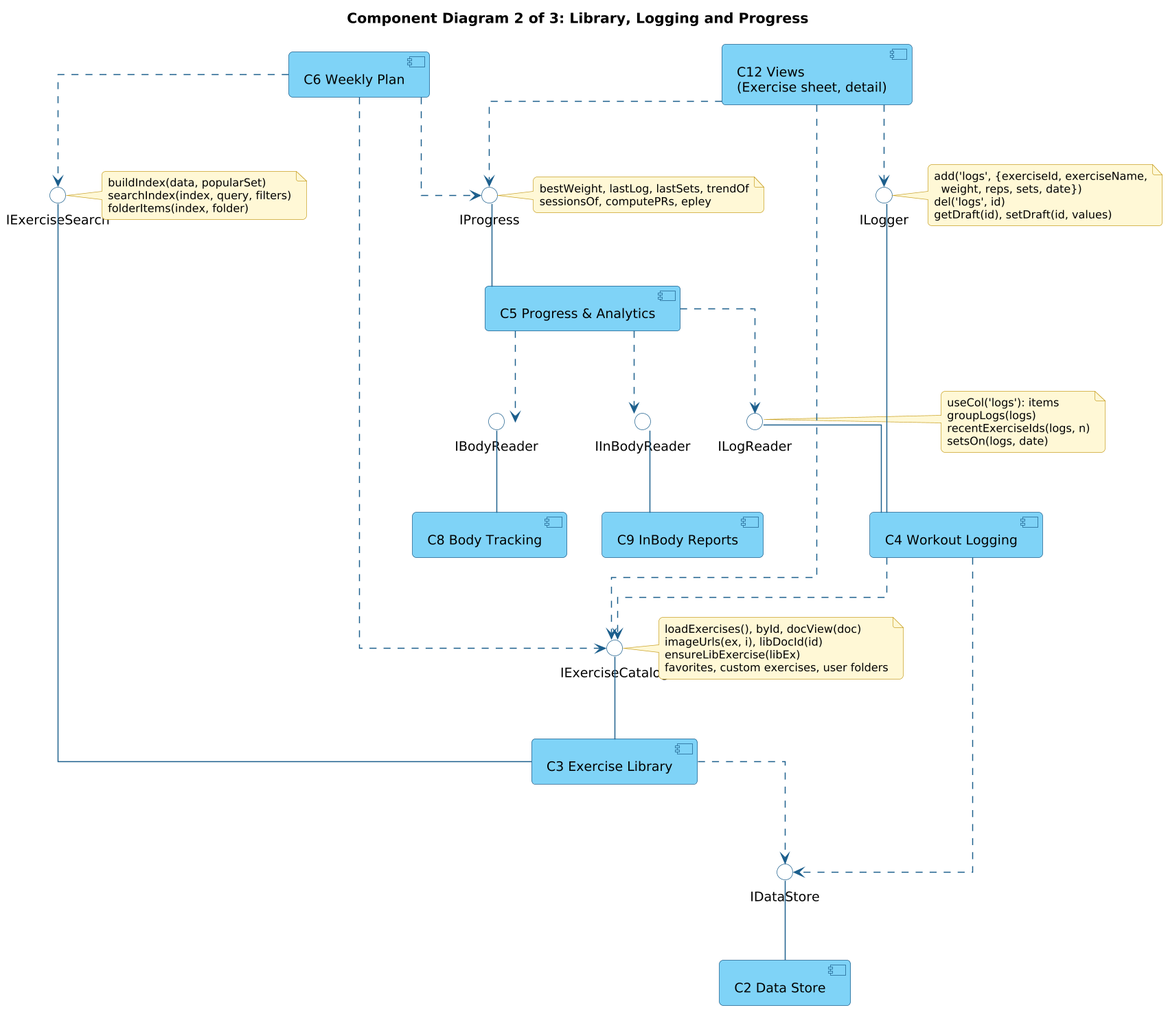
Before: docs/uml/cp2_library_logging_progress.png, a diagram exported from PlantUML (amryasser017/forge). The source it was exported from:
```plantuml
@startuml
!include style.iuml
skinparam linetype ortho
title Component Diagram 2 of 3: Library, Logging and Progress

component "C3 Exercise Library" as C3
component "C4 Workout Logging" as C4
component "C5 Progress & Analytics" as C5
component "C6 Weekly Plan" as C6
component "C8 Body Tracking" as C8
component "C9 InBody Reports" as C9
component "C2 Data Store" as C2
component "C12 Views\n(Exercise sheet, detail)" as C12

interface "IExerciseCatalog" as IEC
interface "IExerciseSearch" as IES
interface "ILogger" as ILG
interface "ILogReader" as ILR
interface "IProgress" as IPR
interface "IDataStore" as IDS
interface "IBodyReader" as IBR
interface "IInBodyReader" as IIR

C3 -up- IEC
C3 -up- IES
C4 -up- ILG
C4 -up- ILR
C5 -up- IPR

C3 ..> IDS
C4 ..> IDS
C4 ..> IEC
C5 ..> ILR
C5 ..> IBR
C5 ..> IIR
C6 ..> IEC
C6 ..> IES
C6 ..> IPR
C12 ..> IEC
C12 ..> ILG
C12 ..> IPR
C8 -up- IBR
C9 -up- IIR
C2 -up- IDS

note right of IEC
  loadExercises(), byId, docView(doc)
  imageUrls(ex, i), libDocId(id)
  ensureLibExercise(libEx)
  favorites, custom exercises, user folders
end note
note right of IES
  buildIndex(data, popularSet)
  searchIndex(index, query, filters)
  folderItems(index, folder)
end note
note right of ILG
  add('logs', {exerciseId, exerciseName,
    weight, reps, sets, date})
  del('logs', id)
  getDraft(id), setDraft(id, values)
end note
note right of ILR
  useCol('logs'): items
  groupLogs(logs)
  recentExerciseIds(logs, n)
  setsOn(logs, date)
end note
note right of IPR
  bestWeight, lastLog, lastSets, trendOf
  sessionsOf, computePRs, epley
end note
@enduml
```
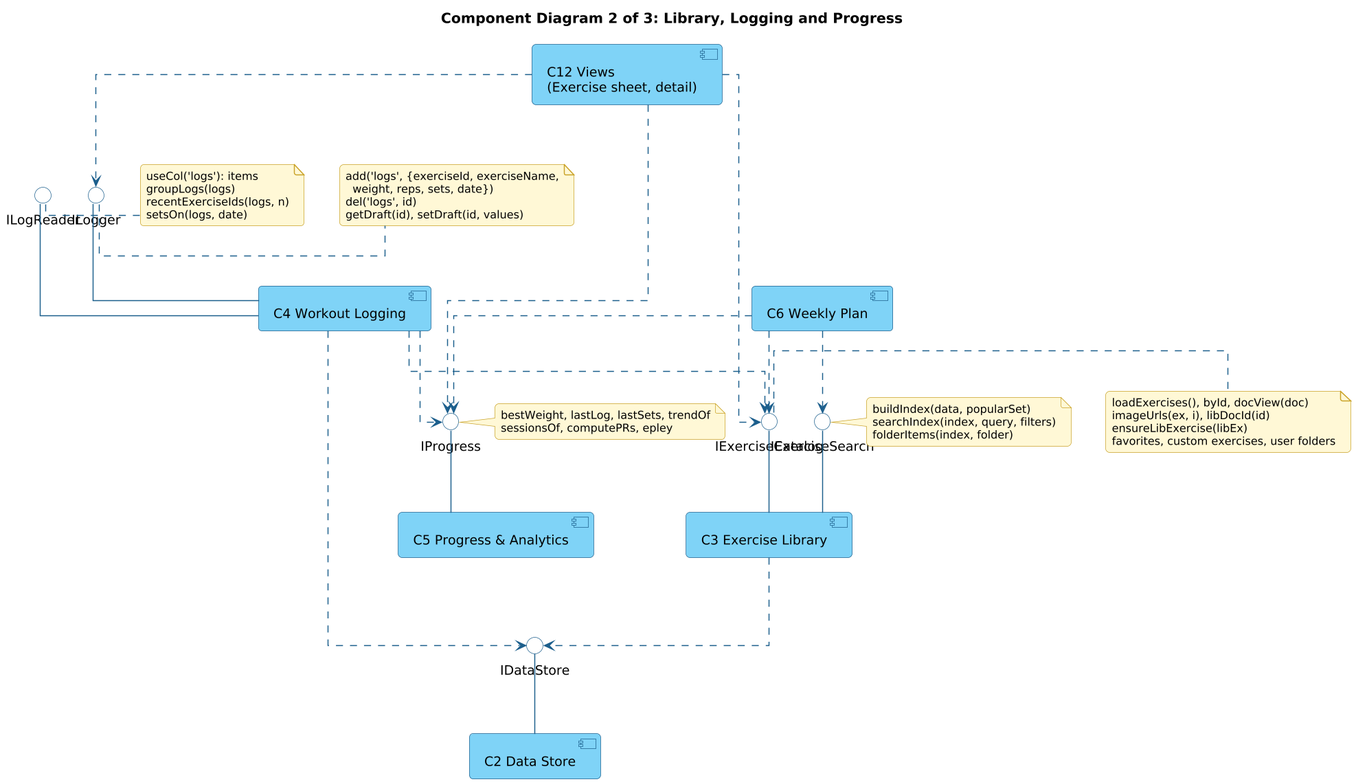
Above is the later version.

Commit message:
docs: component specification (provided/required interfaces); fix C5 dependencies

The edit, as a diff of the source:
```diff
@@ -7,8 +7,6 @@
 component "C4 Workout Logging" as C4
 component "C5 Progress & Analytics" as C5
 component "C6 Weekly Plan" as C6
-component "C8 Body Tracking" as C8
-component "C9 InBody Reports" as C9
 component "C2 Data Store" as C2
 component "C12 Views\n(Exercise sheet, detail)" as C12
 
@@ -18,8 +16,6 @@
 interface "ILogReader" as ILR
 interface "IProgress" as IPR
 interface "IDataStore" as IDS
-interface "IBodyReader" as IBR
-interface "IInBodyReader" as IIR
 
 C3 -up- IEC
 C3 -up- IES
@@ -30,17 +26,13 @@
 C3 ..> IDS
 C4 ..> IDS
 C4 ..> IEC
-C5 ..> ILR
-C5 ..> IBR
-C5 ..> IIR
+C4 ..> IPR
 C6 ..> IEC
 C6 ..> IES
 C6 ..> IPR
 C12 ..> IEC
 C12 ..> ILG
 C12 ..> IPR
-C8 -up- IBR
-C9 -up- IIR
 C2 -up- IDS
 
 note right of IEC
```
